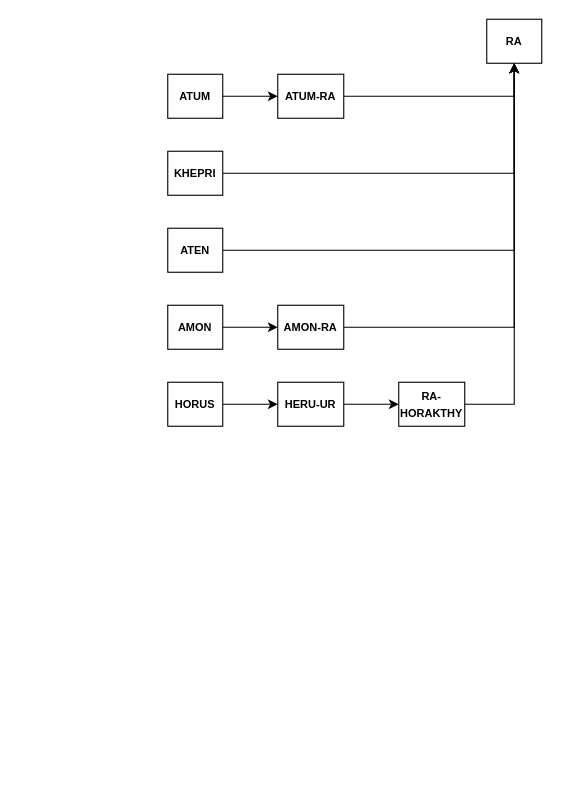
Above: Untitled Diagram.drawio in asimakiskydros/University-Projects (draw.io), before the change. Source tidied: cells renumbered, new cells numbered last; positions are measured from the earlier drawing's top-left corner, leaving out a move shared by most shapes. Both pictures are drawn from the tidied source at 110%, with x=0, y=0 at pixel (167, 19).
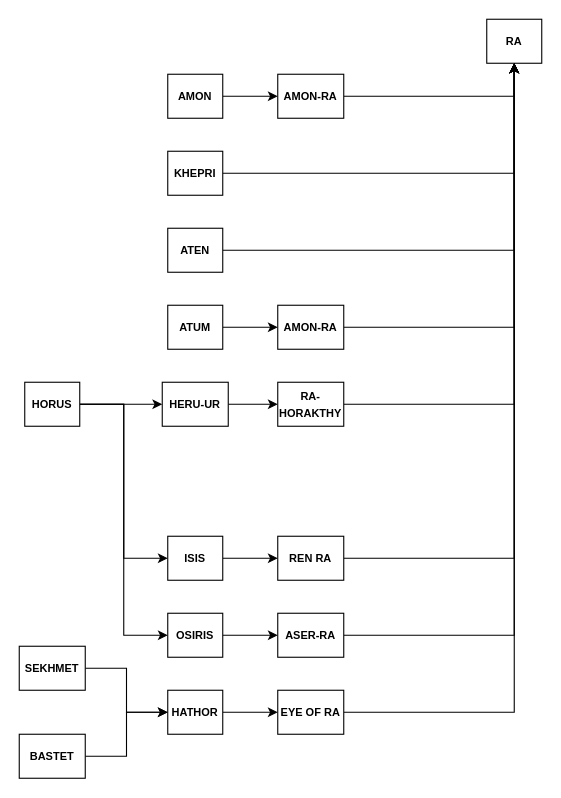
The same diagram, later.

Unchanged cells that the change refers to:
```xml
<mxCell id="2" value="&lt;font size=&quot;1&quot;&gt;&lt;b&gt;RA&lt;/b&gt;&lt;/font&gt;" style="rounded=0;whiteSpace=wrap;html=1;" parent="1" vertex="1">
  <mxGeometry x="290" width="50" height="40" as="geometry" />
</mxCell>
```

What changed in the source:
```diff
@@
-    <mxCell id="4" value="&lt;div&gt;&lt;font size=&quot;1&quot;&gt;&lt;b&gt;ATUM&lt;/b&gt;&lt;/font&gt;&lt;/div&gt;" style="rounded=0;whiteSpace=wrap;html=1;" parent="1" vertex="1">
+    <mxCell id="4" value="&lt;font size=&quot;1&quot;&gt;&lt;b&gt;AMON&lt;/b&gt;&lt;/font&gt;" style="rounded=0;whiteSpace=wrap;html=1;" parent="1" vertex="1">
       <mxGeometry y="50" width="50" height="40" as="geometry" />
     </mxCell>
@@
-    <mxCell id="10" value="&lt;font size=&quot;1&quot;&gt;&lt;b&gt;AMON&lt;/b&gt;&lt;/font&gt;" style="rounded=0;whiteSpace=wrap;html=1;" parent="1" vertex="1">
+    <mxCell id="10" value="&lt;font size=&quot;1&quot;&gt;&lt;b&gt;ATUM&lt;/b&gt;&lt;/font&gt;" style="rounded=0;whiteSpace=wrap;html=1;" parent="1" vertex="1">
       <mxGeometry y="260" width="50" height="40" as="geometry" />
     </mxCell>
@@
-    <mxCell id="12" value="&lt;font size=&quot;1&quot;&gt;&lt;b&gt;ATUM-RA&lt;/b&gt;&lt;/font&gt;" style="rounded=0;whiteSpace=wrap;html=1;" parent="1" vertex="1">
+    <mxCell id="12" value="&lt;font size=&quot;1&quot;&gt;&lt;b&gt;AMON-RA&lt;/b&gt;&lt;/font&gt;" style="rounded=0;whiteSpace=wrap;html=1;" parent="1" vertex="1">
       <mxGeometry x="100" y="50" width="60" height="40" as="geometry" />
     </mxCell>
@@
+    <mxCell id="21" style="edgeStyle=orthogonalEdgeStyle;rounded=0;jettySize=auto;html=1;entryX=0;entryY=0.5;entryDx=0;entryDy=0;" parent="1" edge="1" source="16" target="32">
+      <mxGeometry relative="1" as="geometry" />
+    </mxCell>
+    <mxCell id="22" style="edgeStyle=orthogonalEdgeStyle;rounded=0;jettySize=auto;html=1;entryX=0;entryY=0.5;entryDx=0;entryDy=0;" parent="1" edge="1" source="16" target="36">
+      <mxGeometry relative="1" as="geometry" />
+    </mxCell>
     <mxCell id="16" value="&lt;font size=&quot;1&quot;&gt;&lt;b&gt;HORUS&lt;/b&gt;&lt;/font&gt;" style="rounded=0;whiteSpace=wrap;html=1;" parent="1" vertex="1">
-      <mxGeometry y="330" width="50" height="40" as="geometry" />
+      <mxGeometry x="-130" y="330" width="50" height="40" as="geometry" />
     </mxCell>
@@
     <mxCell id="18" value="&lt;font size=&quot;1&quot;&gt;&lt;b&gt;HERU-UR&lt;/b&gt;&lt;/font&gt;" style="rounded=0;whiteSpace=wrap;html=1;" parent="1" vertex="1">
-      <mxGeometry x="100" y="330" width="60" height="40" as="geometry" />
+      <mxGeometry x="-5" y="330" width="60" height="40" as="geometry" />
     </mxCell>
@@
     <mxCell id="20" value="&lt;font size=&quot;1&quot;&gt;&lt;b&gt;RA-HORAKTHY&lt;/b&gt;&lt;/font&gt;" style="rounded=0;whiteSpace=wrap;html=1;" parent="1" vertex="1">
-      <mxGeometry x="210" y="330" width="60" height="40" as="geometry" />
+      <mxGeometry x="100" y="330" width="60" height="40" as="geometry" />
     </mxCell>
+    <mxCell id="23" style="edgeStyle=orthogonalEdgeStyle;rounded=0;jettySize=auto;html=1;entryX=0;entryY=0.5;entryDx=0;entryDy=0;" parent="1" edge="1" source="24" target="26">
+      <mxGeometry relative="1" as="geometry" />
+    </mxCell>
+    <mxCell id="24" value="&lt;font size=&quot;1&quot;&gt;&lt;b&gt;HATHOR&lt;/b&gt;&lt;/font&gt;" style="rounded=0;whiteSpace=wrap;html=1;" parent="1" vertex="1">
+      <mxGeometry y="610" width="50" height="40" as="geometry" />
+    </mxCell>
+    <mxCell id="25" style="edgeStyle=orthogonalEdgeStyle;rounded=0;jettySize=auto;html=1;entryX=0.5;entryY=1;entryDx=0;entryDy=0;" parent="1" edge="1" source="26" target="2">
+      <mxGeometry relative="1" as="geometry" />
+    </mxCell>
+    <mxCell id="26" value="&lt;font size=&quot;1&quot;&gt;&lt;b&gt;EYE OF RA&lt;br&gt;&lt;/b&gt;&lt;/font&gt;" style="rounded=0;whiteSpace=wrap;html=1;" parent="1" vertex="1">
+      <mxGeometry x="100" y="610" width="60" height="40" as="geometry" />
+    </mxCell>
+    <mxCell id="27" style="edgeStyle=orthogonalEdgeStyle;rounded=0;jettySize=auto;html=1;entryX=0;entryY=0.5;entryDx=0;entryDy=0;" parent="1" edge="1" source="28" target="24">
+      <mxGeometry relative="1" as="geometry" />
+    </mxCell>
+    <mxCell id="28" value="&lt;font size=&quot;1&quot;&gt;&lt;b&gt;SEKHMET&lt;/b&gt;&lt;/font&gt;" style="rounded=0;whiteSpace=wrap;html=1;" parent="1" vertex="1">
+      <mxGeometry x="-135" y="570" width="60" height="40" as="geometry" />
+    </mxCell>
+    <mxCell id="29" style="edgeStyle=orthogonalEdgeStyle;rounded=0;jettySize=auto;html=1;entryX=0;entryY=0.5;entryDx=0;entryDy=0;" parent="1" edge="1" source="30" target="24">
+      <mxGeometry relative="1" as="geometry" />
+    </mxCell>
+    <mxCell id="30" value="&lt;font size=&quot;1&quot;&gt;&lt;b&gt;BASTET&lt;/b&gt;&lt;/font&gt;" style="rounded=0;whiteSpace=wrap;html=1;" parent="1" vertex="1">
+      <mxGeometry x="-135" y="650" width="60" height="40" as="geometry" />
+    </mxCell>
+    <mxCell id="31" style="edgeStyle=orthogonalEdgeStyle;rounded=0;jettySize=auto;html=1;entryX=0;entryY=0.5;entryDx=0;entryDy=0;" parent="1" edge="1" source="32" target="34">
+      <mxGeometry relative="1" as="geometry" />
+    </mxCell>
+    <mxCell id="32" value="&lt;font size=&quot;1&quot;&gt;&lt;b&gt;ISIS&lt;/b&gt;&lt;/font&gt;" style="rounded=0;whiteSpace=wrap;html=1;" parent="1" vertex="1">
+      <mxGeometry y="470" width="50" height="40" as="geometry" />
+    </mxCell>
+    <mxCell id="33" style="edgeStyle=orthogonalEdgeStyle;rounded=0;jettySize=auto;html=1;entryX=0.5;entryY=1;entryDx=0;entryDy=0;" parent="1" edge="1" source="34" target="2">
+      <mxGeometry relative="1" as="geometry" />
+    </mxCell>
+    <mxCell id="34" value="&lt;font size=&quot;1&quot;&gt;&lt;b&gt;REN RA&lt;/b&gt;&lt;/font&gt;" style="rounded=0;whiteSpace=wrap;html=1;" parent="1" vertex="1">
+      <mxGeometry x="100" y="470" width="60" height="40" as="geometry" />
+    </mxCell>
+    <mxCell id="35" style="edgeStyle=orthogonalEdgeStyle;rounded=0;jettySize=auto;html=1;entryX=0;entryY=0.5;entryDx=0;entryDy=0;" parent="1" edge="1" source="36" target="38">
+      <mxGeometry relative="1" as="geometry" />
+    </mxCell>
+    <mxCell id="36" value="&lt;font size=&quot;1&quot;&gt;&lt;b&gt;OSIRIS&lt;/b&gt;&lt;/font&gt;" style="rounded=0;whiteSpace=wrap;html=1;" parent="1" vertex="1">
+      <mxGeometry y="540" width="50" height="40" as="geometry" />
+    </mxCell>
+    <mxCell id="37" style="edgeStyle=orthogonalEdgeStyle;rounded=0;jettySize=auto;html=1;entryX=0.5;entryY=1;entryDx=0;entryDy=0;" parent="1" edge="1" source="38" target="2">
+      <mxGeometry relative="1" as="geometry" />
+    </mxCell>
+    <mxCell id="38" value="&lt;font size=&quot;1&quot;&gt;&lt;b&gt;ASER-RA&lt;/b&gt;&lt;/font&gt;" style="rounded=0;whiteSpace=wrap;html=1;" parent="1" vertex="1">
+      <mxGeometry x="100" y="540" width="60" height="40" as="geometry" />
+    </mxCell>
```
